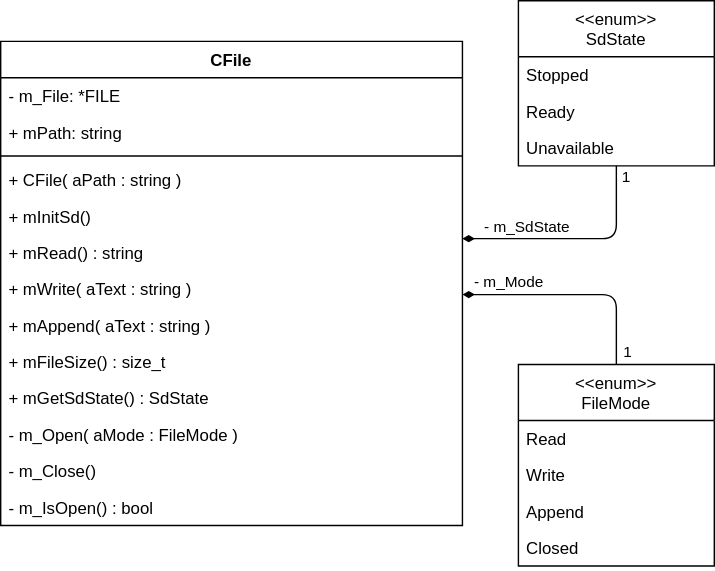
Earlier version of the draw.io export uml/sd-abstraction.drawio.svg (SenseBoxTI/FirmwareDesign). Source tidied: cells renumbered, new cells last; positions are measured from the earlier drawing's top-left corner, leaving out a move shared by most shapes.
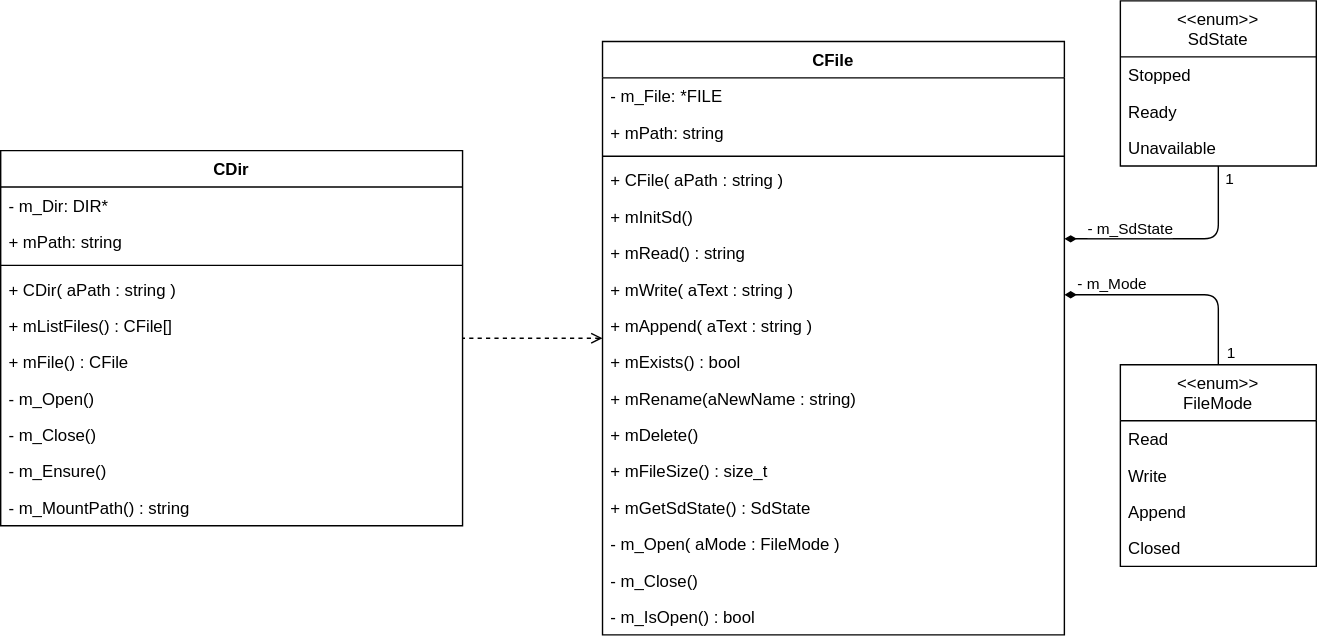
Later version of the same file.

Commit message:
Add Directory support & more file operations

Diff of the diagram source:
```diff
@@ -2,8 +2,11 @@
   <root>
     <mxCell id="0" />
     <mxCell id="1" parent="0" />
+    <mxCell id="31" style="edgeStyle=none;html=1;exitX=0;exitY=0.5;exitDx=0;exitDy=0;entryX=1;entryY=0.5;entryDx=0;entryDy=0;dashed=1;endArrow=none;endFill=0;startArrow=open;startFill=0;" parent="1" edge="1" source="2" target="35">
+      <mxGeometry relative="1" as="geometry" />
+    </mxCell>
     <mxCell id="2" value="CFile" style="swimlane;fontStyle=1;align=center;verticalAlign=top;horizontal=1;startSize=26;" parent="1" vertex="1">
-      <mxGeometry y="29" width="330" height="346" as="geometry" />
+      <mxGeometry y="29" width="330" height="424" as="geometry" />
     </mxCell>
     <mxCell id="3" value="- m_File: *FILE" style="text;strokeColor=none;fillColor=none;align=left;verticalAlign=top;spacingLeft=4;spacingRight=4;overflow=hidden;" parent="2" vertex="1">
       <mxGeometry y="26" width="330" height="26" as="geometry" />
@@ -29,20 +32,29 @@
     <mxCell id="10" value="+ mAppend( aText : string )" style="text;strokeColor=none;fillColor=none;align=left;verticalAlign=top;spacingLeft=4;spacingRight=4;overflow=hidden;" parent="2" vertex="1">
       <mxGeometry y="190" width="330" height="26" as="geometry" />
     </mxCell>
+    <mxCell id="32" value="+ mExists() : bool" style="text;strokeColor=none;fillColor=none;align=left;verticalAlign=top;spacingLeft=4;spacingRight=4;overflow=hidden;" parent="2" vertex="1">
+      <mxGeometry y="216" width="330" height="26" as="geometry" />
+    </mxCell>
+    <mxCell id="33" value="+ mRename(aNewName : string)" style="text;strokeColor=none;fillColor=none;align=left;verticalAlign=top;spacingLeft=4;spacingRight=4;overflow=hidden;" parent="2" vertex="1">
+      <mxGeometry y="242" width="330" height="26" as="geometry" />
+    </mxCell>
+    <mxCell id="34" value="+ mDelete()" style="text;strokeColor=none;fillColor=none;align=left;verticalAlign=top;spacingLeft=4;spacingRight=4;overflow=hidden;" parent="2" vertex="1">
+      <mxGeometry y="268" width="330" height="26" as="geometry" />
+    </mxCell>
     <mxCell id="11" value="+ mFileSize() : size_t" style="text;strokeColor=none;fillColor=none;align=left;verticalAlign=top;spacingLeft=4;spacingRight=4;overflow=hidden;" parent="2" vertex="1">
-      <mxGeometry y="216" width="330" height="26" as="geometry" />
+      <mxGeometry y="294" width="330" height="26" as="geometry" />
     </mxCell>
     <mxCell id="12" value="+ mGetSdState() : SdState" style="text;strokeColor=none;fillColor=none;align=left;verticalAlign=top;spacingLeft=4;spacingRight=4;overflow=hidden;" parent="2" vertex="1">
-      <mxGeometry y="242" width="330" height="26" as="geometry" />
+      <mxGeometry y="320" width="330" height="26" as="geometry" />
     </mxCell>
     <mxCell id="13" value="- m_Open( aMode : FileMode )" style="text;strokeColor=none;fillColor=none;align=left;verticalAlign=top;spacingLeft=4;spacingRight=4;overflow=hidden;" parent="2" vertex="1">
-      <mxGeometry y="268" width="330" height="26" as="geometry" />
+      <mxGeometry y="346" width="330" height="26" as="geometry" />
     </mxCell>
     <mxCell id="14" value="- m_Close()" style="text;strokeColor=none;fillColor=none;align=left;verticalAlign=top;spacingLeft=4;spacingRight=4;overflow=hidden;" parent="2" vertex="1">
-      <mxGeometry y="294" width="330" height="26" as="geometry" />
+      <mxGeometry y="372" width="330" height="26" as="geometry" />
     </mxCell>
     <mxCell id="15" value="- m_IsOpen() : bool" style="text;strokeColor=none;fillColor=none;align=left;verticalAlign=top;spacingLeft=4;spacingRight=4;overflow=hidden;" parent="2" vertex="1">
-      <mxGeometry y="320" width="330" height="26" as="geometry" />
+      <mxGeometry y="398" width="330" height="26" as="geometry" />
     </mxCell>
     <mxCell id="16" style="edgeStyle=orthogonalEdgeStyle;html=1;exitX=0.5;exitY=0;exitDx=0;exitDy=0;endArrow=diamondThin;endFill=1;" parent="1" edge="1" source="19" target="2">
       <mxGeometry relative="1" as="geometry">
@@ -105,5 +117,38 @@
     <mxCell id="30" value="Unavailable" style="text;strokeColor=none;fillColor=none;align=left;verticalAlign=top;spacingLeft=4;spacingRight=4;overflow=hidden;" parent="27" vertex="1">
       <mxGeometry y="92" width="140" height="26" as="geometry" />
     </mxCell>
+    <mxCell id="35" value="CDir" style="swimlane;fontStyle=1;align=center;verticalAlign=top;horizontal=1;startSize=26;" parent="1" vertex="1">
+      <mxGeometry x="-430" y="107" width="330" height="268" as="geometry" />
+    </mxCell>
+    <mxCell id="36" value="- m_Dir: DIR*" style="text;strokeColor=none;fillColor=none;align=left;verticalAlign=top;spacingLeft=4;spacingRight=4;overflow=hidden;" parent="35" vertex="1">
+      <mxGeometry y="26" width="330" height="26" as="geometry" />
+    </mxCell>
+    <mxCell id="37" value="+ mPath: string" style="text;strokeColor=none;fillColor=none;align=left;verticalAlign=top;spacingLeft=4;spacingRight=4;overflow=hidden;" parent="35" vertex="1">
+      <mxGeometry y="52" width="330" height="26" as="geometry" />
+    </mxCell>
+    <mxCell id="38" style="line;strokeWidth=1;fillColor=none;align=left;verticalAlign=middle;spacingTop=-1;spacingLeft=3;spacingRight=3;labelPosition=right;" parent="35" vertex="1">
+      <mxGeometry y="78" width="330" height="8" as="geometry" />
+    </mxCell>
+    <mxCell id="39" value="+ CDir( aPath : string )" style="text;strokeColor=none;fillColor=none;align=left;verticalAlign=top;spacingLeft=4;spacingRight=4;overflow=hidden;" parent="35" vertex="1">
+      <mxGeometry y="86" width="330" height="26" as="geometry" />
+    </mxCell>
+    <mxCell id="40" value="+ mListFiles() : CFile[]" style="text;strokeColor=none;fillColor=none;align=left;verticalAlign=top;spacingLeft=4;spacingRight=4;overflow=hidden;" parent="35" vertex="1">
+      <mxGeometry y="112" width="330" height="26" as="geometry" />
+    </mxCell>
+    <mxCell id="41" value="+ mFile() : CFile" style="text;strokeColor=none;fillColor=none;align=left;verticalAlign=top;spacingLeft=4;spacingRight=4;overflow=hidden;" parent="35" vertex="1">
+      <mxGeometry y="138" width="330" height="26" as="geometry" />
+    </mxCell>
+    <mxCell id="42" value="- m_Open()" style="text;strokeColor=none;fillColor=none;align=left;verticalAlign=top;spacingLeft=4;spacingRight=4;overflow=hidden;" parent="35" vertex="1">
+      <mxGeometry y="164" width="330" height="26" as="geometry" />
+    </mxCell>
+    <mxCell id="43" value="- m_Close()" style="text;strokeColor=none;fillColor=none;align=left;verticalAlign=top;spacingLeft=4;spacingRight=4;overflow=hidden;" parent="35" vertex="1">
+      <mxGeometry y="190" width="330" height="26" as="geometry" />
+    </mxCell>
+    <mxCell id="44" value="- m_Ensure()" style="text;strokeColor=none;fillColor=none;align=left;verticalAlign=top;spacingLeft=4;spacingRight=4;overflow=hidden;" parent="35" vertex="1">
+      <mxGeometry y="216" width="330" height="26" as="geometry" />
+    </mxCell>
+    <mxCell id="45" value="- m_MountPath() : string" style="text;strokeColor=none;fillColor=none;align=left;verticalAlign=top;spacingLeft=4;spacingRight=4;overflow=hidden;" parent="35" vertex="1">
+      <mxGeometry y="242" width="330" height="26" as="geometry" />
+    </mxCell>
   </root>
 </mxGraphModel>
```
